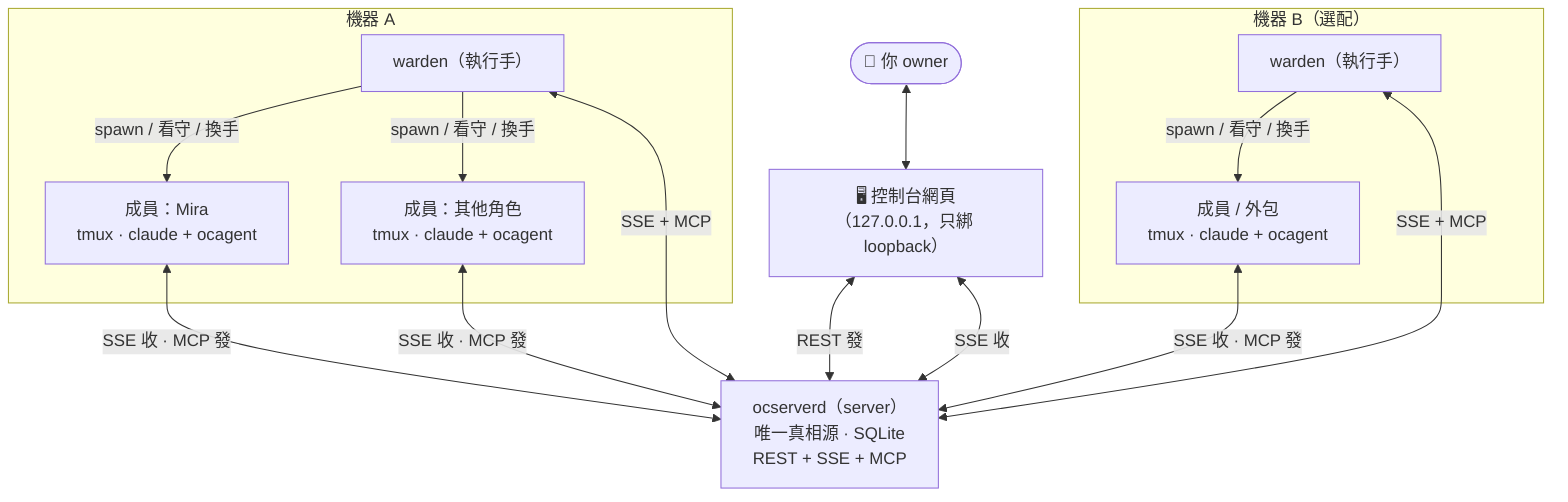
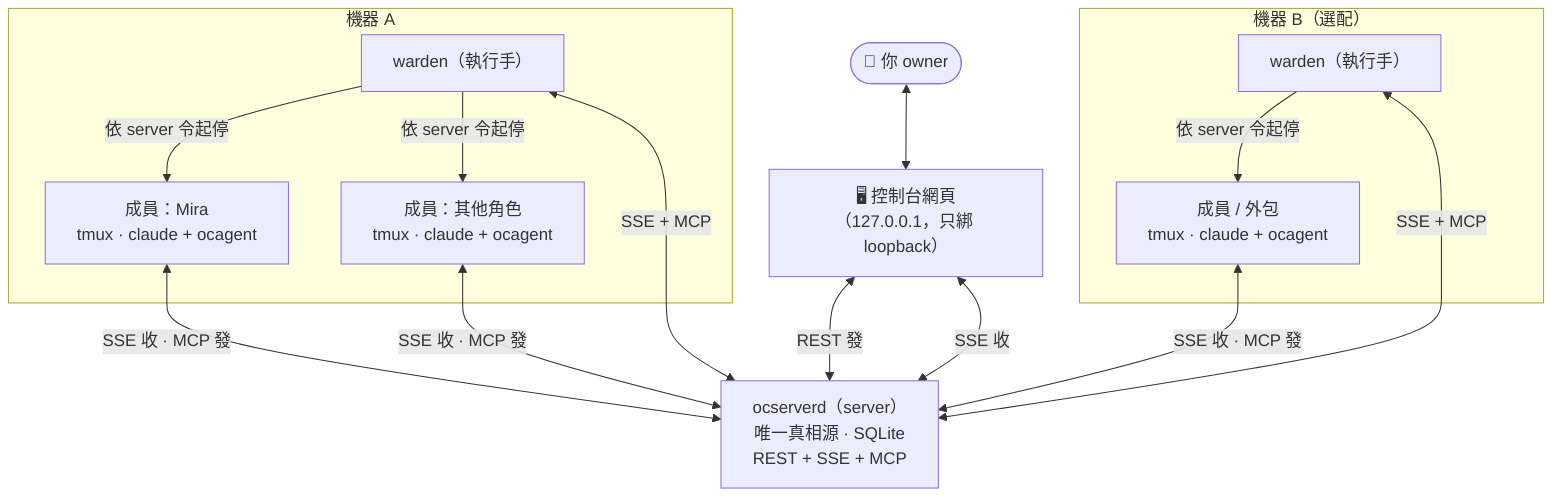
flowchart TB
%% Source for architecture-overview.svg (the diagram embedded in
%% docs/guide/architecture.md). The guide's Markdown renderer does not run
%% mermaid, so this is pre-rendered to a static SVG. Regenerate after editing:
%%   mmdc -i docs/guide/assets/architecture-overview.mmd -o docs/guide/assets/architecture-overview.svg --theme dark --backgroundColor '#1a1d24'
%% (the dark background is baked in so the figure is self-contained and legible
%% on the guide's dark doc surface.)
    owner(["👤 你 owner"])
    cockpit["🖥️ 控制台網頁<br/>（127.0.0.1，只綁 loopback）"]
    server["ocserverd（server）<br/>唯一真相源 · SQLite<br/>REST + SSE + MCP"]

    owner <--> cockpit
    cockpit <-->|REST 發| server
    cockpit <-->|SSE 收| server

    subgraph M1 ["機器 A"]
        wardenA["warden（執行手）"]
        agentA1["成員：Mira<br/>tmux · claude + ocagent"]
        agentA2["成員：其他角色<br/>tmux · claude + ocagent"]
-         wardenA -->|spawn / 看守 / 換手| agentA1
-         wardenA -->|spawn / 看守 / 換手| agentA2
+         wardenA -->|依 server 令起停| agentA1
+         wardenA -->|依 server 令起停| agentA2
    end

    subgraph M2 ["機器 B（選配）"]
        wardenB["warden（執行手）"]
        agentB1["成員 / 外包<br/>tmux · claude + ocagent"]
-         wardenB -->|spawn / 看守 / 換手| agentB1
+         wardenB -->|依 server 令起停| agentB1
    end

    wardenA <-->|SSE + MCP| server
    wardenB <-->|SSE + MCP| server
    agentA1 <-->|SSE 收 · MCP 發| server
    agentA2 <-->|SSE 收 · MCP 發| server
    agentB1 <-->|SSE 收 · MCP 發| server
